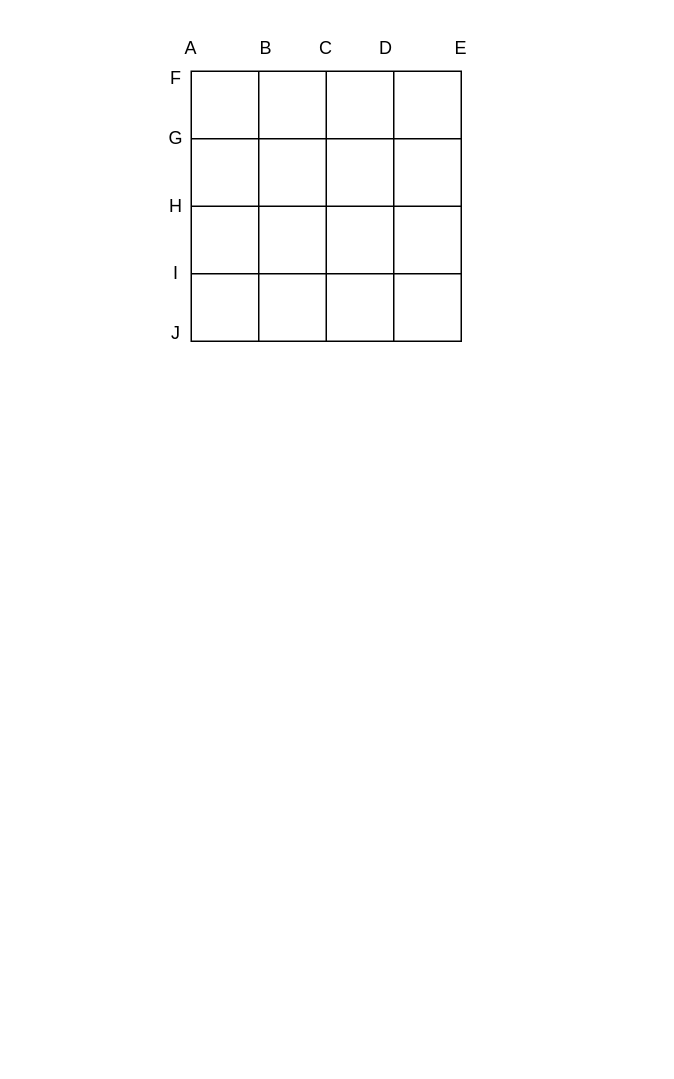
thisissophiawang/coursera-course-projects keeps this draw.io diagram as NEU/lab2.drawio. Above is the earlier version. Source tidied: cells renumbered, new cells numbered last; positions are measured from the earlier drawing's top-left corner, leaving out a move shared by most shapes. Both pictures are drawn from the tidied source at 150%, with x=0, y=0 at pixel (130, 26).
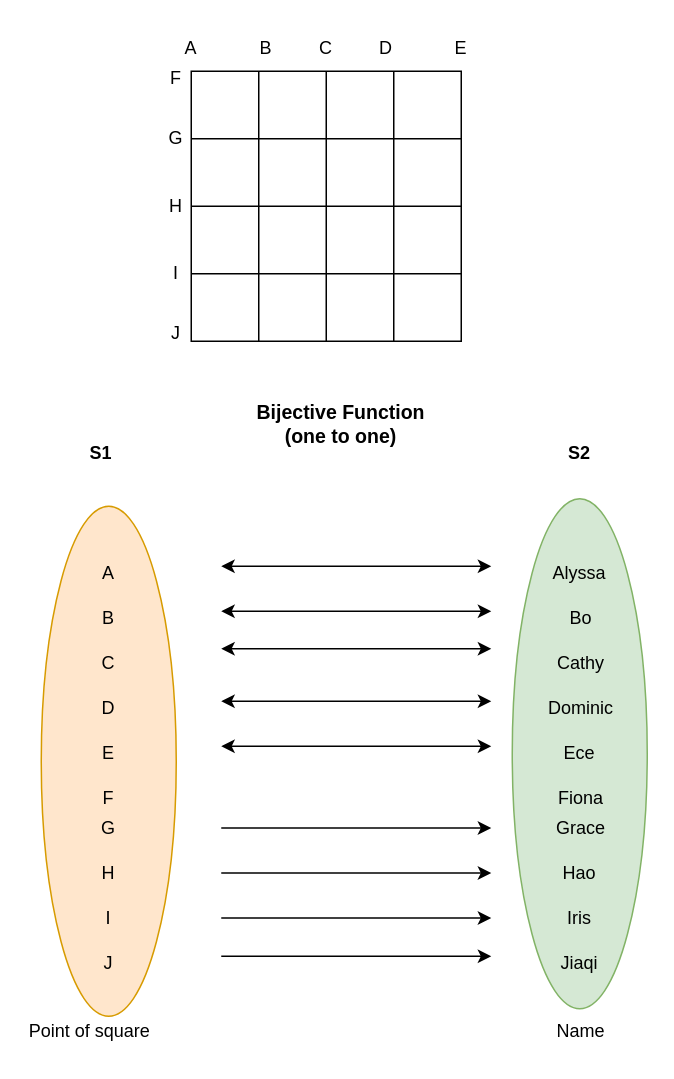
The same diagram, later.

What changed in the source:
```diff
@@
+    <mxCell id="19" style="ellipse;whiteSpace=wrap;html=1;fillColor=#ffe6cc;strokeColor=#d79b00;" parent="1" vertex="1">
+      <mxGeometry x="-60" y="320" width="90" height="340" as="geometry" />
+    </mxCell>
+    <mxCell id="20" value="A" style="text;html=1;strokeColor=none;fillColor=none;align=center;verticalAlign=middle;whiteSpace=wrap;rounded=0;" parent="1" vertex="1">
+      <mxGeometry x="-45" y="350" width="60" height="30" as="geometry" />
+    </mxCell>
+    <mxCell id="21" value="B" style="text;html=1;strokeColor=none;fillColor=none;align=center;verticalAlign=middle;whiteSpace=wrap;rounded=0;" parent="1" vertex="1">
+      <mxGeometry x="-45" y="380" width="60" height="30" as="geometry" />
+    </mxCell>
+    <mxCell id="22" value="C" style="text;html=1;strokeColor=none;fillColor=none;align=center;verticalAlign=middle;whiteSpace=wrap;rounded=0;" parent="1" vertex="1">
+      <mxGeometry x="-45" y="410" width="60" height="30" as="geometry" />
+    </mxCell>
+    <mxCell id="23" value="D" style="text;html=1;strokeColor=none;fillColor=none;align=center;verticalAlign=middle;whiteSpace=wrap;rounded=0;" parent="1" vertex="1">
+      <mxGeometry x="-45" y="440" width="60" height="30" as="geometry" />
+    </mxCell>
+    <mxCell id="24" value="E" style="text;html=1;strokeColor=none;fillColor=none;align=center;verticalAlign=middle;whiteSpace=wrap;rounded=0;" parent="1" vertex="1">
+      <mxGeometry x="-45" y="470" width="60" height="30" as="geometry" />
+    </mxCell>
+    <mxCell id="25" value="F" style="text;html=1;strokeColor=none;fillColor=none;align=center;verticalAlign=middle;whiteSpace=wrap;rounded=0;" parent="1" vertex="1">
+      <mxGeometry x="-45" y="500" width="60" height="30" as="geometry" />
+    </mxCell>
+    <mxCell id="26" value="H" style="text;html=1;strokeColor=none;fillColor=none;align=center;verticalAlign=middle;whiteSpace=wrap;rounded=0;" parent="1" vertex="1">
+      <mxGeometry x="-45" y="550" width="60" height="30" as="geometry" />
+    </mxCell>
+    <mxCell id="27" value="I" style="text;html=1;strokeColor=none;fillColor=none;align=center;verticalAlign=middle;whiteSpace=wrap;rounded=0;" parent="1" vertex="1">
+      <mxGeometry x="-45" y="580" width="60" height="30" as="geometry" />
+    </mxCell>
+    <mxCell id="28" value="J" style="text;html=1;strokeColor=none;fillColor=none;align=center;verticalAlign=middle;whiteSpace=wrap;rounded=0;" parent="1" vertex="1">
+      <mxGeometry x="-45" y="610" width="60" height="30" as="geometry" />
+    </mxCell>
+    <mxCell id="29" style="ellipse;whiteSpace=wrap;html=1;fillColor=#d5e8d4;strokeColor=#82b366;" parent="1" vertex="1">
+      <mxGeometry x="254" y="315" width="90" height="340" as="geometry" />
+    </mxCell>
+    <mxCell id="30" value="Alyssa" style="text;html=1;strokeColor=none;fillColor=none;align=center;verticalAlign=middle;whiteSpace=wrap;rounded=0;" parent="1" vertex="1">
+      <mxGeometry x="269" y="350" width="60" height="30" as="geometry" />
+    </mxCell>
+    <mxCell id="31" value="Bo" style="text;html=1;strokeColor=none;fillColor=none;align=center;verticalAlign=middle;whiteSpace=wrap;rounded=0;" parent="1" vertex="1">
+      <mxGeometry x="270" y="380" width="60" height="30" as="geometry" />
+    </mxCell>
+    <mxCell id="32" value="Cathy" style="text;html=1;strokeColor=none;fillColor=none;align=center;verticalAlign=middle;whiteSpace=wrap;rounded=0;" parent="1" vertex="1">
+      <mxGeometry x="270" y="410" width="60" height="30" as="geometry" />
+    </mxCell>
+    <mxCell id="33" value="Dominic" style="text;html=1;strokeColor=none;fillColor=none;align=center;verticalAlign=middle;whiteSpace=wrap;rounded=0;" parent="1" vertex="1">
+      <mxGeometry x="270" y="440" width="60" height="30" as="geometry" />
+    </mxCell>
+    <mxCell id="34" value="Ece" style="text;html=1;strokeColor=none;fillColor=none;align=center;verticalAlign=middle;whiteSpace=wrap;rounded=0;" parent="1" vertex="1">
+      <mxGeometry x="269" y="470" width="60" height="30" as="geometry" />
+    </mxCell>
+    <mxCell id="35" value="Fiona" style="text;html=1;strokeColor=none;fillColor=none;align=center;verticalAlign=middle;whiteSpace=wrap;rounded=0;" parent="1" vertex="1">
+      <mxGeometry x="270" y="500" width="60" height="30" as="geometry" />
+    </mxCell>
+    <mxCell id="36" value="Grace" style="text;html=1;strokeColor=none;fillColor=none;align=center;verticalAlign=middle;whiteSpace=wrap;rounded=0;" parent="1" vertex="1">
+      <mxGeometry x="270" y="520" width="60" height="30" as="geometry" />
+    </mxCell>
+    <mxCell id="37" value="G" style="text;html=1;strokeColor=none;fillColor=none;align=center;verticalAlign=middle;whiteSpace=wrap;rounded=0;" parent="1" vertex="1">
+      <mxGeometry x="-45" y="520" width="60" height="30" as="geometry" />
+    </mxCell>
+    <mxCell id="38" value="Hao" style="text;html=1;strokeColor=none;fillColor=none;align=center;verticalAlign=middle;whiteSpace=wrap;rounded=0;" parent="1" vertex="1">
+      <mxGeometry x="269" y="550" width="60" height="30" as="geometry" />
+    </mxCell>
+    <mxCell id="39" value="Iris" style="text;html=1;strokeColor=none;fillColor=none;align=center;verticalAlign=middle;whiteSpace=wrap;rounded=0;" parent="1" vertex="1">
+      <mxGeometry x="269" y="580" width="60" height="30" as="geometry" />
+    </mxCell>
+    <mxCell id="40" value="Jiaqi" style="text;html=1;strokeColor=none;fillColor=none;align=center;verticalAlign=middle;whiteSpace=wrap;rounded=0;" parent="1" vertex="1">
+      <mxGeometry x="269" y="610" width="60" height="30" as="geometry" />
+    </mxCell>
+    <mxCell id="41" style="endArrow=classic;html=1;rounded=0;" parent="1" edge="1">
+      <mxGeometry relative="1" as="geometry">
+        <mxPoint x="60" y="620" as="sourcePoint" />
+        <mxPoint x="240" y="620" as="targetPoint" />
+      </mxGeometry>
+    </mxCell>
+    <mxCell id="42" style="endArrow=classic;html=1;rounded=0;" parent="1" edge="1">
+      <mxGeometry relative="1" as="geometry">
+        <mxPoint x="60" y="594.5" as="sourcePoint" />
+        <mxPoint x="240" y="594.5" as="targetPoint" />
+      </mxGeometry>
+    </mxCell>
+    <mxCell id="43" style="endArrow=classic;html=1;rounded=0;" parent="1" edge="1">
+      <mxGeometry relative="1" as="geometry">
+        <mxPoint x="60" y="564.5" as="sourcePoint" />
+        <mxPoint x="240" y="564.5" as="targetPoint" />
+      </mxGeometry>
+    </mxCell>
+    <mxCell id="44" style="endArrow=classic;html=1;rounded=0;" parent="1" edge="1">
+      <mxGeometry relative="1" as="geometry">
+        <mxPoint x="60" y="534.5" as="sourcePoint" />
+        <mxPoint x="240" y="534.5" as="targetPoint" />
+      </mxGeometry>
+    </mxCell>
+    <mxCell id="45" value="&lt;b&gt;S1&lt;/b&gt;" style="text;html=1;strokeColor=none;fillColor=none;align=center;verticalAlign=middle;whiteSpace=wrap;rounded=0;" parent="1" vertex="1">
+      <mxGeometry x="-50" y="270" width="60" height="30" as="geometry" />
+    </mxCell>
+    <mxCell id="46" value="&lt;b&gt;S2&lt;/b&gt;" style="text;html=1;strokeColor=none;fillColor=none;align=center;verticalAlign=middle;whiteSpace=wrap;rounded=0;" parent="1" vertex="1">
+      <mxGeometry x="269" y="270" width="60" height="30" as="geometry" />
+    </mxCell>
+    <mxCell id="47" value="&lt;b&gt;&lt;font style=&quot;font-size: 13px;&quot;&gt;Bijective Function&lt;br&gt;(one to one)&lt;br&gt;&lt;/font&gt;&lt;/b&gt;" style="text;html=1;strokeColor=none;fillColor=none;align=center;verticalAlign=middle;whiteSpace=wrap;rounded=0;" parent="1" vertex="1">
+      <mxGeometry x="70" y="250" width="140" height="30" as="geometry" />
+    </mxCell>
+    <mxCell id="48" value="Name" style="text;html=1;strokeColor=none;fillColor=none;align=center;verticalAlign=middle;whiteSpace=wrap;rounded=0;" parent="1" vertex="1">
+      <mxGeometry x="270" y="655" width="60" height="30" as="geometry" />
+    </mxCell>
+    <mxCell id="49" value="Point of square" style="text;html=1;strokeColor=none;fillColor=none;align=center;verticalAlign=middle;whiteSpace=wrap;rounded=0;" parent="1" vertex="1">
+      <mxGeometry x="-70" y="655" width="85" height="30" as="geometry" />
+    </mxCell>
+    <mxCell id="50" style="endArrow=classic;startArrow=classic;html=1;rounded=0;" parent="1" edge="1">
+      <mxGeometry relative="1" as="geometry">
+        <mxPoint x="60" y="360" as="sourcePoint" />
+        <mxPoint x="240" y="360" as="targetPoint" />
+      </mxGeometry>
+    </mxCell>
+    <mxCell id="51" style="endArrow=classic;startArrow=classic;html=1;rounded=0;" parent="1" edge="1">
+      <mxGeometry relative="1" as="geometry">
+        <mxPoint x="60" y="390" as="sourcePoint" />
+        <mxPoint x="240" y="390" as="targetPoint" />
+      </mxGeometry>
+    </mxCell>
+    <mxCell id="52" style="endArrow=classic;startArrow=classic;html=1;rounded=0;" parent="1" edge="1">
+      <mxGeometry relative="1" as="geometry">
+        <mxPoint x="60" y="415" as="sourcePoint" />
+        <mxPoint x="240" y="415" as="targetPoint" />
+      </mxGeometry>
+    </mxCell>
+    <mxCell id="53" style="endArrow=classic;startArrow=classic;html=1;rounded=0;" parent="1" edge="1">
+      <mxGeometry relative="1" as="geometry">
+        <mxPoint x="60" y="450" as="sourcePoint" />
+        <mxPoint x="240" y="450" as="targetPoint" />
+      </mxGeometry>
+    </mxCell>
+    <mxCell id="54" style="endArrow=classic;startArrow=classic;html=1;rounded=0;" parent="1" edge="1">
+      <mxGeometry relative="1" as="geometry">
+        <mxPoint x="60" y="480" as="sourcePoint" />
+        <mxPoint x="240" y="480" as="targetPoint" />
+      </mxGeometry>
+    </mxCell>
```
